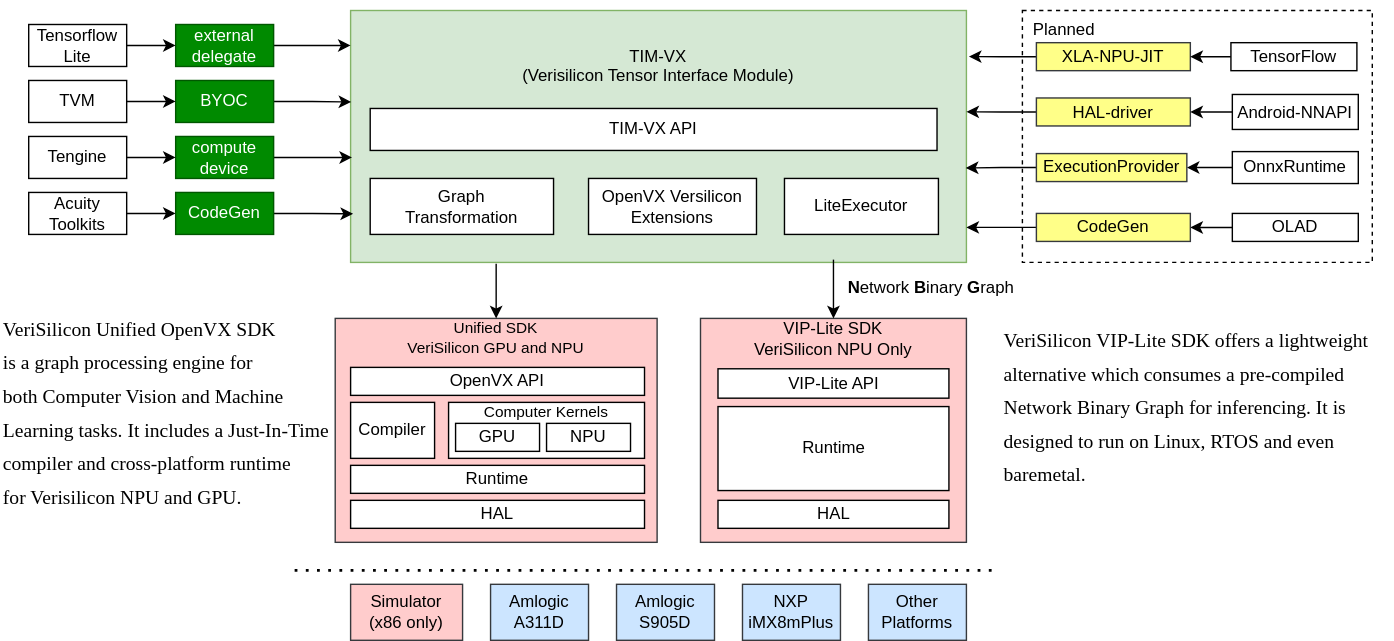
VeriSilicon/TIM-VX keeps this draw.io diagram as docs/image/timvx_overview.svg. Above is the earlier version. Source tidied: cells renumbered, new cells last; positions are measured from the earlier drawing's top-left corner, leaving out a move shared by most shapes. The source it was exported from:
```xml
<mxGraphModel>
  <root>
    <mxCell id="0" />
    <mxCell id="1" parent="0" />
    <mxCell id="2" style="rounded=0;whiteSpace=wrap;html=1;strokeColor=#000000;fontColor=#000000;dashed=1;" parent="1" vertex="1">
      <mxGeometry x="730" y="7" width="250" height="180" as="geometry" />
    </mxCell>
    <mxCell id="3" value="Unified SDK&lt;br style=&quot;font-size: 11px&quot;&gt;VeriSilicon GPU and NPU&lt;br&gt;&lt;br&gt;&lt;br&gt;&lt;br&gt;&lt;br&gt;&lt;br&gt;&lt;br style=&quot;font-size: 11px&quot;&gt;&lt;br style=&quot;font-size: 11px&quot;&gt;&lt;br style=&quot;font-size: 11px&quot;&gt;&lt;br style=&quot;font-size: 11px&quot;&gt;&lt;br style=&quot;font-size: 11px&quot;&gt;" style="rounded=0;whiteSpace=wrap;html=1;fillColor=#ffcccc;fontSize=11;strokeColor=#36393d;" parent="1" vertex="1">
      <mxGeometry x="239" y="227" width="230" height="160" as="geometry" />
    </mxCell>
    <mxCell id="4" value="Computer Kernels&lt;br style=&quot;font-size: 11px;&quot;&gt;&lt;br style=&quot;font-size: 11px;&quot;&gt;&lt;br style=&quot;font-size: 11px;&quot;&gt;" style="rounded=0;whiteSpace=wrap;html=1;fontSize=11;" parent="1" vertex="1">
      <mxGeometry x="320" y="287" width="140" height="40" as="geometry" />
    </mxCell>
    <mxCell id="5" value="TIM-VX&lt;br&gt;(Verisilicon Tensor Interface Module)&lt;br&gt;&lt;br&gt;&lt;br&gt;&lt;br&gt;&lt;br&gt;&lt;br&gt;&lt;br&gt;&lt;br&gt;" style="rounded=0;whiteSpace=wrap;html=1;fillColor=#d5e8d4;strokeColor=#82b366;" parent="1" vertex="1">
      <mxGeometry x="250" y="7" width="440" height="180" as="geometry" />
    </mxCell>
    <mxCell id="6" value="TIM-VX API" style="rounded=0;whiteSpace=wrap;html=1;" parent="1" vertex="1">
      <mxGeometry x="264" y="77" width="405" height="30" as="geometry" />
    </mxCell>
    <mxCell id="7" value="Graph&lt;br&gt;Transformation" style="rounded=0;whiteSpace=wrap;html=1;" parent="1" vertex="1">
      <mxGeometry x="264" y="127" width="131" height="40" as="geometry" />
    </mxCell>
    <mxCell id="8" value="OpenVX Versilicon Extensions" style="rounded=0;whiteSpace=wrap;html=1;align=center;" parent="1" vertex="1">
      <mxGeometry x="420" y="127" width="120" height="40" as="geometry" />
    </mxCell>
    <mxCell id="9" value="HAL" style="rounded=0;whiteSpace=wrap;html=1;" parent="1" vertex="1">
      <mxGeometry x="250" y="357" width="210" height="20" as="geometry" />
    </mxCell>
    <mxCell id="10" value="OpenVX API" style="rounded=0;whiteSpace=wrap;html=1;" parent="1" vertex="1">
      <mxGeometry x="250" y="262" width="210" height="20" as="geometry" />
    </mxCell>
    <mxCell id="11" value="Compiler" style="rounded=0;whiteSpace=wrap;html=1;" parent="1" vertex="1">
      <mxGeometry x="250" y="287" width="60" height="40" as="geometry" />
    </mxCell>
    <mxCell id="12" value="Amlogic&lt;br&gt;A311D" style="rounded=0;whiteSpace=wrap;html=1;fillColor=#cce5ff;strokeColor=#36393d;" parent="1" vertex="1">
      <mxGeometry x="350" y="417" width="70" height="40" as="geometry" />
    </mxCell>
    <mxCell id="13" value="NXP&lt;br&gt;iMX8mPlus" style="rounded=0;whiteSpace=wrap;html=1;fillColor=#cce5ff;strokeColor=#36393d;" parent="1" vertex="1">
      <mxGeometry x="530" y="417" width="70" height="40" as="geometry" />
    </mxCell>
    <mxCell id="14" value="Simulator&lt;br&gt;(x86 only)" style="rounded=0;whiteSpace=wrap;html=1;fillColor=#ffcccc;strokeColor=#36393d;" parent="1" vertex="1">
      <mxGeometry x="250" y="417" width="80" height="40" as="geometry" />
    </mxCell>
    <mxCell id="15" style="edgeStyle=orthogonalEdgeStyle;rounded=0;jettySize=auto;html=1;exitX=1;exitY=0.5;exitDx=0;exitDy=0;" parent="1" edge="1" source="16">
      <mxGeometry relative="1" as="geometry">
        <mxPoint x="250" y="32" as="targetPoint" />
      </mxGeometry>
    </mxCell>
    <mxCell id="16" value="external&lt;br&gt;delegate" style="rounded=0;whiteSpace=wrap;html=1;fillColor=#008a00;strokeColor=#005700;fontColor=#ffffff;" parent="1" vertex="1">
      <mxGeometry x="125" y="17" width="70" height="30" as="geometry" />
    </mxCell>
    <mxCell id="17" style="edgeStyle=orthogonalEdgeStyle;rounded=0;jettySize=auto;html=1;exitX=1;exitY=0.5;exitDx=0;exitDy=0;entryX=0.001;entryY=0.363;entryDx=0;entryDy=0;entryPerimeter=0;" parent="1" edge="1" source="18" target="5">
      <mxGeometry relative="1" as="geometry" />
    </mxCell>
    <mxCell id="18" value="BYOC" style="rounded=0;whiteSpace=wrap;html=1;fillColor=#008a00;strokeColor=#005700;fontColor=#ffffff;" parent="1" vertex="1">
      <mxGeometry x="125" y="57" width="70" height="30" as="geometry" />
    </mxCell>
    <mxCell id="19" style="edgeStyle=orthogonalEdgeStyle;rounded=0;jettySize=auto;html=1;exitX=1;exitY=0.5;exitDx=0;exitDy=0;" parent="1" edge="1" source="20">
      <mxGeometry relative="1" as="geometry">
        <mxPoint x="251" y="112" as="targetPoint" />
      </mxGeometry>
    </mxCell>
    <mxCell id="20" value="compute&lt;br&gt;device" style="rounded=0;whiteSpace=wrap;html=1;fillColor=#008a00;strokeColor=#005700;fontColor=#ffffff;" parent="1" vertex="1">
      <mxGeometry x="125" y="97" width="70" height="30" as="geometry" />
    </mxCell>
    <mxCell id="21" style="edgeStyle=orthogonalEdgeStyle;rounded=0;jettySize=auto;html=1;exitX=1;exitY=0.5;exitDx=0;exitDy=0;entryX=0;entryY=0.5;entryDx=0;entryDy=0;" parent="1" edge="1" source="22" target="16">
      <mxGeometry relative="1" as="geometry" />
    </mxCell>
    <mxCell id="22" value="Tensorflow Lite" style="rounded=0;whiteSpace=wrap;html=1;" parent="1" vertex="1">
      <mxGeometry x="20" y="17" width="70" height="30" as="geometry" />
    </mxCell>
    <mxCell id="23" style="edgeStyle=orthogonalEdgeStyle;rounded=0;jettySize=auto;html=1;exitX=1;exitY=0.5;exitDx=0;exitDy=0;entryX=0;entryY=0.5;entryDx=0;entryDy=0;" parent="1" edge="1" source="24" target="18">
      <mxGeometry relative="1" as="geometry" />
    </mxCell>
    <mxCell id="24" value="TVM" style="rounded=0;whiteSpace=wrap;html=1;" parent="1" vertex="1">
      <mxGeometry x="20" y="57" width="70" height="30" as="geometry" />
    </mxCell>
    <mxCell id="25" style="edgeStyle=orthogonalEdgeStyle;rounded=0;jettySize=auto;html=1;exitX=1;exitY=0.5;exitDx=0;exitDy=0;" parent="1" edge="1" source="26" target="20">
      <mxGeometry relative="1" as="geometry" />
    </mxCell>
    <mxCell id="26" value="Tengine" style="rounded=0;whiteSpace=wrap;html=1;" parent="1" vertex="1">
      <mxGeometry x="20" y="97" width="70" height="30" as="geometry" />
    </mxCell>
    <mxCell id="27" style="edgeStyle=orthogonalEdgeStyle;rounded=0;jettySize=auto;html=1;exitX=1;exitY=0.5;exitDx=0;exitDy=0;entryX=0;entryY=0.5;entryDx=0;entryDy=0;fontSize=20;fontColor=#FFFFFF;" parent="1" edge="1" source="28" target="59">
      <mxGeometry relative="1" as="geometry" />
    </mxCell>
    <mxCell id="28" value="Acuity&lt;br&gt;Toolkits" style="rounded=0;whiteSpace=wrap;html=1;" parent="1" vertex="1">
      <mxGeometry x="20" y="137" width="70" height="30" as="geometry" />
    </mxCell>
    <mxCell id="29" value="Other Platforms" style="rounded=0;whiteSpace=wrap;html=1;fillColor=#cce5ff;strokeColor=#36393d;" parent="1" vertex="1">
      <mxGeometry x="620" y="417" width="70" height="40" as="geometry" />
    </mxCell>
    <mxCell id="30" style="endArrow=none;dashed=1;html=1;dashPattern=1 3;strokeWidth=2;rounded=0;" parent="1" edge="1">
      <mxGeometry relative="1" as="geometry">
        <mxPoint x="210" y="407" as="sourcePoint" />
        <mxPoint x="710" y="407" as="targetPoint" />
      </mxGeometry>
    </mxCell>
    <mxCell id="31" value="VIP-Lite SDK&lt;br&gt;VeriSilicon NPU Only&lt;br&gt;&lt;br&gt;&lt;br&gt;&lt;br&gt;&lt;br&gt;&lt;br&gt;&lt;br&gt;&lt;br&gt;&lt;br&gt;&lt;br&gt;" style="rounded=0;whiteSpace=wrap;html=1;fillColor=#ffcccc;strokeColor=#36393d;" parent="1" vertex="1">
      <mxGeometry x="500" y="227" width="190" height="160" as="geometry" />
    </mxCell>
    <mxCell id="32" value="HAL" style="rounded=0;whiteSpace=wrap;html=1;" parent="1" vertex="1">
      <mxGeometry x="512.5" y="357" width="165" height="20" as="geometry" />
    </mxCell>
    <mxCell id="33" value="Runtime" style="rounded=0;whiteSpace=wrap;html=1;" parent="1" vertex="1">
      <mxGeometry x="512.5" y="290" width="165" height="60" as="geometry" />
    </mxCell>
    <mxCell id="34" value="GPU" style="rounded=0;whiteSpace=wrap;html=1;" parent="1" vertex="1">
      <mxGeometry x="325" y="302" width="60" height="20" as="geometry" />
    </mxCell>
    <mxCell id="35" value="NPU" style="rounded=0;whiteSpace=wrap;html=1;" parent="1" vertex="1">
      <mxGeometry x="390" y="302" width="60" height="20" as="geometry" />
    </mxCell>
    <mxCell id="36" value="Runtime" style="rounded=0;whiteSpace=wrap;html=1;" parent="1" vertex="1">
      <mxGeometry x="250" y="332" width="210" height="20" as="geometry" />
    </mxCell>
    <mxCell id="37" value="LiteExecutor" style="rounded=0;whiteSpace=wrap;html=1;" parent="1" vertex="1">
      <mxGeometry x="560" y="127" width="110" height="40" as="geometry" />
    </mxCell>
    <mxCell id="38" style="endArrow=classic;html=1;" parent="1" edge="1" target="31">
      <mxGeometry relative="1" as="geometry">
        <mxPoint x="595" y="185" as="sourcePoint" />
      </mxGeometry>
    </mxCell>
    <mxCell id="39" value="&lt;b&gt;N&lt;/b&gt;etwork &lt;b&gt;B&lt;/b&gt;inary &lt;b&gt;G&lt;/b&gt;raph" style="text;html=1;strokeColor=none;fillColor=none;align=center;verticalAlign=middle;whiteSpace=wrap;rounded=0;" parent="1" vertex="1">
      <mxGeometry x="600" y="195" width="130" height="20" as="geometry" />
    </mxCell>
    <mxCell id="40" style="endArrow=classic;html=1;fontColor=#FF3333;entryX=0.5;entryY=0;entryDx=0;entryDy=0;" parent="1" edge="1" target="3">
      <mxGeometry relative="1" as="geometry">
        <mxPoint x="354" y="188" as="sourcePoint" />
      </mxGeometry>
    </mxCell>
    <mxCell id="41" style="edgeStyle=orthogonalEdgeStyle;rounded=0;jettySize=auto;html=1;entryX=1.004;entryY=0.183;entryDx=0;entryDy=0;entryPerimeter=0;fontColor=#FF3333;" parent="1" edge="1" source="42" target="5">
      <mxGeometry relative="1" as="geometry" />
    </mxCell>
    <mxCell id="42" value="XLA-NPU-JIT" style="rounded=0;whiteSpace=wrap;html=1;fillColor=#ffff88;strokeColor=#36393d;" parent="1" vertex="1">
      <mxGeometry x="740" y="30" width="110" height="20" as="geometry" />
    </mxCell>
    <mxCell id="43" style="edgeStyle=orthogonalEdgeStyle;rounded=0;jettySize=auto;html=1;entryX=1;entryY=0.5;entryDx=0;entryDy=0;fontColor=#000000;" parent="1" edge="1" source="44" target="42">
      <mxGeometry relative="1" as="geometry" />
    </mxCell>
    <mxCell id="44" value="TensorFlow" style="rounded=0;whiteSpace=wrap;html=1;strokeColor=#000000;" parent="1" vertex="1">
      <mxGeometry x="879" y="30" width="90" height="20" as="geometry" />
    </mxCell>
    <mxCell id="45" style="edgeStyle=orthogonalEdgeStyle;rounded=0;jettySize=auto;html=1;entryX=1;entryY=0.402;entryDx=0;entryDy=0;entryPerimeter=0;fontColor=#000000;" parent="1" edge="1" source="46" target="5">
      <mxGeometry relative="1" as="geometry" />
    </mxCell>
    <mxCell id="46" value="HAL-driver" style="rounded=0;whiteSpace=wrap;html=1;strokeColor=#36393d;fillColor=#ffff88;" parent="1" vertex="1">
      <mxGeometry x="740" y="69.5" width="110" height="20" as="geometry" />
    </mxCell>
    <mxCell id="47" style="edgeStyle=orthogonalEdgeStyle;rounded=0;jettySize=auto;html=1;entryX=1;entryY=0.5;entryDx=0;entryDy=0;fontColor=#000000;" parent="1" edge="1" source="48" target="46">
      <mxGeometry relative="1" as="geometry" />
    </mxCell>
    <mxCell id="48" value="Android-NNAPI" style="rounded=0;whiteSpace=wrap;html=1;strokeColor=#000000;" parent="1" vertex="1">
      <mxGeometry x="880" y="67" width="90" height="25" as="geometry" />
    </mxCell>
    <mxCell id="49" style="edgeStyle=orthogonalEdgeStyle;rounded=0;jettySize=auto;html=1;fontColor=#000000;" parent="1" edge="1" source="57" target="51">
      <mxGeometry relative="1" as="geometry" />
    </mxCell>
    <mxCell id="50" style="edgeStyle=orthogonalEdgeStyle;rounded=0;jettySize=auto;html=1;fontColor=#000000;entryX=0.999;entryY=0.625;entryDx=0;entryDy=0;entryPerimeter=0;" parent="1" edge="1" source="51" target="5">
      <mxGeometry relative="1" as="geometry" />
    </mxCell>
    <mxCell id="51" value="ExecutionProvider" style="whiteSpace=wrap;html=1;rounded=0;fillColor=#ffff88;strokeColor=#36393d;" parent="1" vertex="1">
      <mxGeometry x="740" y="109.2" width="107.5" height="20" as="geometry" />
    </mxCell>
    <mxCell id="52" style="edgeStyle=orthogonalEdgeStyle;rounded=0;jettySize=auto;html=1;entryX=1;entryY=0.5;entryDx=0;entryDy=0;fontColor=#000000;" parent="1" edge="1" source="53" target="55">
      <mxGeometry relative="1" as="geometry" />
    </mxCell>
    <mxCell id="53" value="OLAD" style="rounded=0;whiteSpace=wrap;html=1;strokeColor=#000000;fontColor=#000000;" parent="1" vertex="1">
      <mxGeometry x="880" y="152" width="90" height="20" as="geometry" />
    </mxCell>
    <mxCell id="54" style="edgeStyle=orthogonalEdgeStyle;rounded=0;jettySize=auto;html=1;entryX=1;entryY=0.861;entryDx=0;entryDy=0;entryPerimeter=0;fontColor=#000000;" parent="1" edge="1" source="55" target="5">
      <mxGeometry relative="1" as="geometry" />
    </mxCell>
    <mxCell id="55" value="CodeGen" style="rounded=0;whiteSpace=wrap;html=1;strokeColor=#36393d;fillColor=#ffff88;" parent="1" vertex="1">
      <mxGeometry x="740" y="152" width="110" height="20" as="geometry" />
    </mxCell>
    <mxCell id="56" value="Planned" style="text;html=1;fillColor=none;align=center;verticalAlign=middle;whiteSpace=wrap;rounded=0;fontColor=#000000;dashed=1;" parent="1" vertex="1">
      <mxGeometry x="715" width="90" height="42" as="geometry" />
    </mxCell>
    <mxCell id="57" value="OnnxRuntime" style="rounded=0;whiteSpace=wrap;html=1;strokeColor=#000000;" parent="1" vertex="1">
      <mxGeometry x="880" y="107.8" width="90" height="22.8" as="geometry" />
    </mxCell>
    <mxCell id="58" style="edgeStyle=orthogonalEdgeStyle;rounded=0;jettySize=auto;html=1;exitX=1;exitY=0.5;exitDx=0;exitDy=0;entryX=0.004;entryY=0.807;entryDx=0;entryDy=0;entryPerimeter=0;fontSize=20;fontColor=#FFFFFF;" parent="1" edge="1" source="59" target="5">
      <mxGeometry relative="1" as="geometry" />
    </mxCell>
    <mxCell id="59" value="CodeGen" style="rounded=0;whiteSpace=wrap;html=1;fillColor=#008a00;strokeColor=#005700;fontColor=#ffffff;" parent="1" vertex="1">
      <mxGeometry x="125" y="137" width="70" height="30" as="geometry" />
    </mxCell>
    <mxCell id="60" value="Amlogic&lt;br&gt;S905D" style="rounded=0;whiteSpace=wrap;html=1;fillColor=#cce5ff;strokeColor=#36393d;" parent="1" vertex="1">
      <mxGeometry x="440" y="417" width="70" height="40" as="geometry" />
    </mxCell>
    <mxCell id="61" value="VIP-Lite API" style="rounded=0;whiteSpace=wrap;html=1;" parent="1" vertex="1">
      <mxGeometry x="512.5" y="263" width="165" height="21" as="geometry" />
    </mxCell>
    <mxCell id="62" value="&lt;font color=&quot;#000000&quot; style=&quot;font-size: 14px&quot;&gt;&lt;font face=&quot;Times New Roman&quot;&gt;VeriSilicon Unified OpenVX SDK&lt;br&gt;is a graph processing engine for&lt;br&gt;both Computer Vision and Machine&lt;br&gt;Learning tasks. It includes a Just-In-Time&lt;br&gt;compiler and cross-platform runtime&lt;br&gt;for Verisilicon NPU and GPU.&lt;/font&gt;&lt;br&gt;&lt;/font&gt;" style="text;html=1;align=left;verticalAlign=middle;strokeColor=none;fillColor=none;fontSize=20;fontColor=#FFFFFF;" parent="1" vertex="1">
      <mxGeometry y="207" width="250" height="170" as="geometry" />
    </mxCell>
    <mxCell id="63" value="&lt;font color=&quot;#000000&quot; style=&quot;font-size: 14px&quot;&gt;&lt;font face=&quot;Times New Roman&quot;&gt;VeriSilicon VIP-Lite SDK offers a lightweight&lt;br&gt;alternative which consumes a pre-compiled&amp;nbsp;&lt;br&gt;Network Binary Graph for inferencing. It is&lt;br&gt;designed to run on Linux, RTOS and even&lt;br&gt;baremetal.&lt;/font&gt;&lt;br&gt;&lt;/font&gt;" style="text;html=1;align=left;verticalAlign=middle;strokeColor=none;fillColor=none;fontSize=20;fontColor=#FFFFFF;" parent="1" vertex="1">
      <mxGeometry x="715" y="218" width="280" height="140" as="geometry" />
    </mxCell>
  </root>
</mxGraphModel>
```
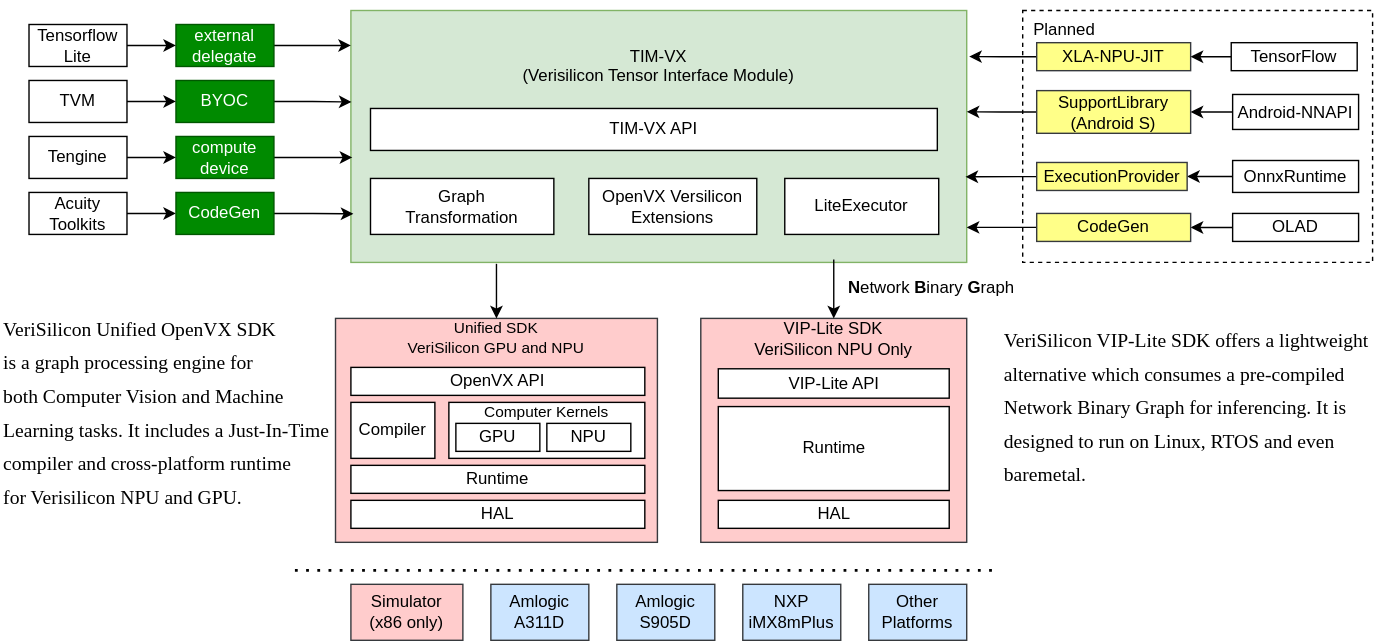
The same diagram one commit later.

Commit message:
Update component diagram and README.md

The edit, as a diff of the source:
```diff
@@ -145,8 +145,8 @@
     <mxCell id="45" style="edgeStyle=orthogonalEdgeStyle;rounded=0;jettySize=auto;html=1;entryX=1;entryY=0.402;entryDx=0;entryDy=0;entryPerimeter=0;fontColor=#000000;" parent="1" edge="1" source="46" target="5">
       <mxGeometry relative="1" as="geometry" />
     </mxCell>
-    <mxCell id="46" value="HAL-driver" style="rounded=0;whiteSpace=wrap;html=1;strokeColor=#36393d;fillColor=#ffff88;" parent="1" vertex="1">
-      <mxGeometry x="740" y="69.5" width="110" height="20" as="geometry" />
+    <mxCell id="46" value="SupportLibrary&lt;br&gt;(Android S)" style="rounded=0;whiteSpace=wrap;html=1;strokeColor=#36393d;fillColor=#ffff88;" parent="1" vertex="1">
+      <mxGeometry x="740" y="64.2" width="110" height="30.5" as="geometry" />
     </mxCell>
     <mxCell id="47" style="edgeStyle=orthogonalEdgeStyle;rounded=0;jettySize=auto;html=1;entryX=1;entryY=0.5;entryDx=0;entryDy=0;fontColor=#000000;" parent="1" edge="1" source="48" target="46">
       <mxGeometry relative="1" as="geometry" />
@@ -157,11 +157,11 @@
     <mxCell id="49" style="edgeStyle=orthogonalEdgeStyle;rounded=0;jettySize=auto;html=1;fontColor=#000000;" parent="1" edge="1" source="57" target="51">
       <mxGeometry relative="1" as="geometry" />
     </mxCell>
-    <mxCell id="50" style="edgeStyle=orthogonalEdgeStyle;rounded=0;jettySize=auto;html=1;fontColor=#000000;entryX=0.999;entryY=0.625;entryDx=0;entryDy=0;entryPerimeter=0;" parent="1" edge="1" source="51" target="5">
+    <mxCell id="50" style="edgeStyle=none;html=1;entryX=0.998;entryY=0.66;entryDx=0;entryDy=0;entryPerimeter=0;" parent="1" edge="1" source="51" target="5">
       <mxGeometry relative="1" as="geometry" />
     </mxCell>
     <mxCell id="51" value="ExecutionProvider" style="whiteSpace=wrap;html=1;rounded=0;fillColor=#ffff88;strokeColor=#36393d;" parent="1" vertex="1">
-      <mxGeometry x="740" y="109.2" width="107.5" height="20" as="geometry" />
+      <mxGeometry x="740" y="115.6" width="107.5" height="20" as="geometry" />
     </mxCell>
     <mxCell id="52" style="edgeStyle=orthogonalEdgeStyle;rounded=0;jettySize=auto;html=1;entryX=1;entryY=0.5;entryDx=0;entryDy=0;fontColor=#000000;" parent="1" edge="1" source="53" target="55">
       <mxGeometry relative="1" as="geometry" />
@@ -179,7 +179,7 @@
       <mxGeometry x="715" width="90" height="42" as="geometry" />
     </mxCell>
     <mxCell id="57" value="OnnxRuntime" style="rounded=0;whiteSpace=wrap;html=1;strokeColor=#000000;" parent="1" vertex="1">
-      <mxGeometry x="880" y="107.8" width="90" height="22.8" as="geometry" />
+      <mxGeometry x="880" y="114.2" width="90" height="22.8" as="geometry" />
     </mxCell>
     <mxCell id="58" style="edgeStyle=orthogonalEdgeStyle;rounded=0;jettySize=auto;html=1;exitX=1;exitY=0.5;exitDx=0;exitDy=0;entryX=0.004;entryY=0.807;entryDx=0;entryDy=0;entryPerimeter=0;fontSize=20;fontColor=#FFFFFF;" parent="1" edge="1" source="59" target="5">
       <mxGeometry relative="1" as="geometry" />
```
